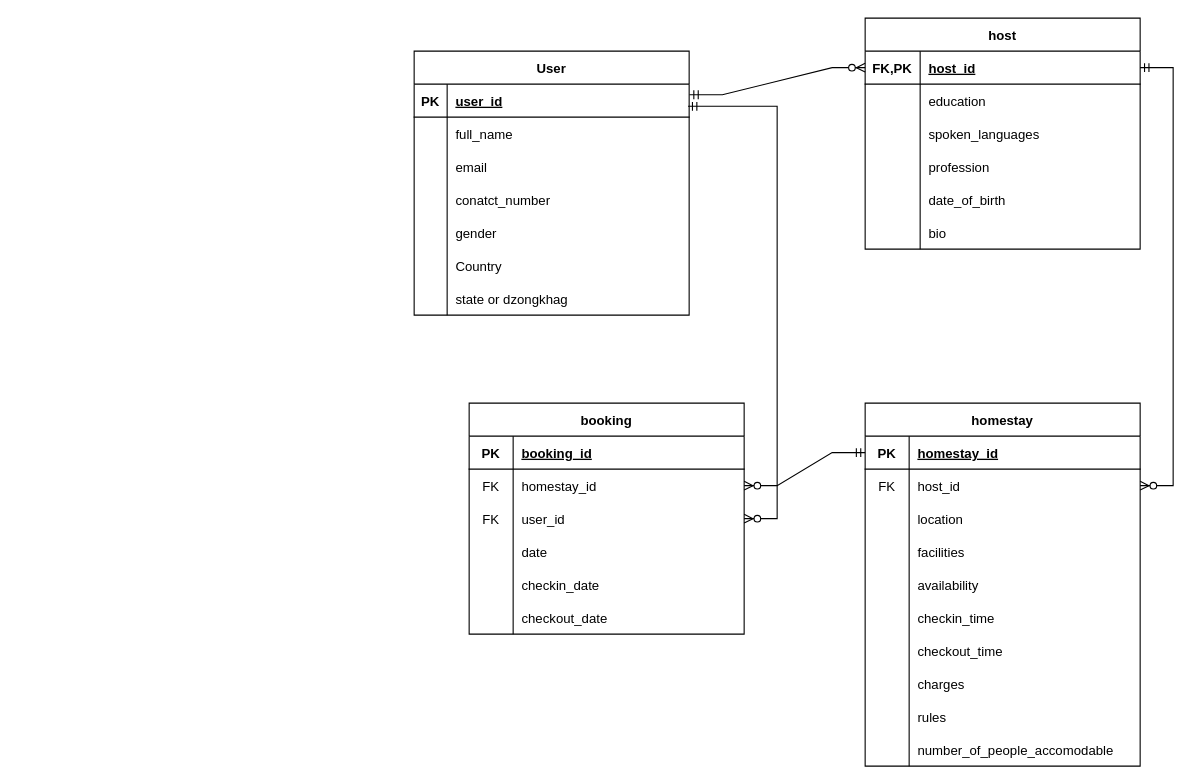
tenze21/homestay-booking-app- keeps this draw.io diagram as database/ERD.drawio. Above is the earlier version. Source tidied: cells renumbered, new cells numbered last; positions are measured from the earlier drawing's top-left corner, leaving out a move shared by most shapes. Both pictures are drawn from the tidied source at 110%, with x=0, y=0 at pixel (414, 18).
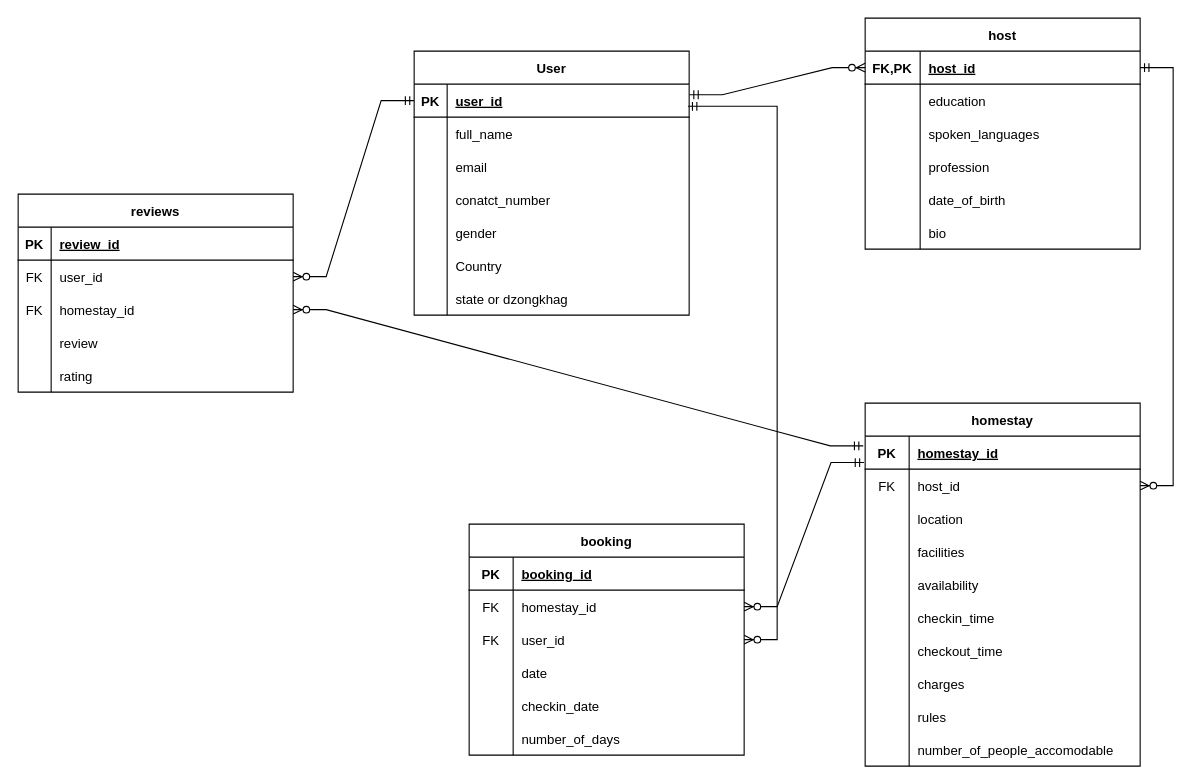
The same diagram, later.

Unchanged cells that the change refers to:
```xml
<mxCell id="3" style="shape=partialRectangle;fillColor=none;points=[[0,0.5],[1,0.5]];portConstraint=eastwest;top=0;left=0;right=0;bottom=1;" parent="2" vertex="1">
  <mxGeometry y="30" width="250" height="30" as="geometry" />
</mxCell>
<mxCell id="44" style="shape=partialRectangle;fillColor=none;points=[[0,0.5],[1,0.5]];portConstraint=eastwest;top=0;left=0;right=0;bottom=1;" parent="43" vertex="1">
  <mxGeometry y="30" width="250" height="30" as="geometry" />
</mxCell>
<mxCell id="78" style="shape=partialRectangle;fillColor=none;points=[[0,0.5],[1,0.5]];portConstraint=eastwest;top=0;left=0;right=0;bottom=0;" parent="74" vertex="1">
  <mxGeometry y="60" width="250" height="30" as="geometry" />
</mxCell>
<mxCell id="90" style="shape=partialRectangle;fillColor=none;top=0;left=0;right=0;bottom=0;" parent="74" vertex="1">
  <mxGeometry y="180" width="250" height="30" as="geometry" />
</mxCell>
```

Diff of the diagram source:
```diff
@@
     <mxCell id="74" value="booking" style="shape=table;startSize=30;childLayout=tableLayout;rowLines=0;fontStyle=1;align=center;" parent="1" vertex="1">
-      <mxGeometry x="50" y="350" width="250" height="210" as="geometry" />
+      <mxGeometry x="50" y="460" width="250" height="210" as="geometry" />
     </mxCell>
@@
-    <mxCell id="92" value="checkout_date" style="shape=partialRectangle;overflow=hidden;fillColor=none;top=0;left=0;bottom=0;right=0;align=left;spacingLeft=6;" parent="90" vertex="1">
+    <mxCell id="92" value="number_of_days" style="shape=partialRectangle;overflow=hidden;fillColor=none;top=0;left=0;bottom=0;right=0;align=left;spacingLeft=6;" parent="90" vertex="1">
       <mxGeometry x="40" width="210" height="30" as="geometry" />
     </mxCell>
@@
-    <mxCell id="95" style="edgeStyle=entityRelationEdgeStyle;fontSize=12;html=1;endArrow=ERzeroToMany;startArrow=ERmandOne;rounded=0;exitX=0;exitY=0.5;exitDx=0;exitDy=0;entryX=1;entryY=0.5;entryDx=0;entryDy=0;" parent="1" edge="1" source="44" target="78">
+    <mxCell id="95" style="edgeStyle=entityRelationEdgeStyle;fontSize=12;html=1;endArrow=ERzeroToMany;startArrow=ERmandOne;rounded=0;exitX=-0.004;exitY=0.8;exitDx=0;exitDy=0;entryX=1;entryY=0.5;entryDx=0;entryDy=0;exitPerimeter=0;" parent="1" edge="1" source="44" target="78">
       <mxGeometry relative="1" as="geometry" />
     </mxCell>
@@
+    <mxCell id="97" value="reviews" style="shape=table;startSize=30;childLayout=tableLayout;rowLines=0;fontStyle=1;align=center;" parent="1" vertex="1">
+      <mxGeometry x="-360" y="160" width="250" height="180" as="geometry" />
+    </mxCell>
+    <mxCell id="98" style="shape=partialRectangle;fillColor=none;top=0;left=0;right=0;bottom=1;" parent="97" vertex="1">
+      <mxGeometry y="30" width="250" height="30" as="geometry" />
+    </mxCell>
+    <mxCell id="99" value="PK" style="shape=partialRectangle;overflow=hidden;fillColor=none;top=0;left=0;bottom=0;right=0;fontStyle=1;" parent="98" vertex="1">
+      <mxGeometry width="30" height="30" as="geometry" />
+    </mxCell>
+    <mxCell id="100" value="review_id" style="shape=partialRectangle;overflow=hidden;fillColor=none;top=0;left=0;bottom=0;right=0;align=left;spacingLeft=6;fontStyle=5;" parent="98" vertex="1">
+      <mxGeometry x="30" width="220" height="30" as="geometry" />
+    </mxCell>
+    <mxCell id="101" style="shape=partialRectangle;fillColor=none;points=[[0,0.5],[1,0.5]];portConstraint=eastwest;top=0;left=0;right=0;bottom=0;" parent="97" vertex="1">
+      <mxGeometry y="60" width="250" height="30" as="geometry" />
+    </mxCell>
+    <mxCell id="102" value="FK" style="shape=partialRectangle;overflow=hidden;fillColor=none;top=0;left=0;bottom=0;right=0;" parent="101" vertex="1">
+      <mxGeometry width="30" height="30" as="geometry" />
+    </mxCell>
+    <mxCell id="103" value="user_id" style="shape=partialRectangle;overflow=hidden;fillColor=none;top=0;left=0;bottom=0;right=0;align=left;spacingLeft=6;" parent="101" vertex="1">
+      <mxGeometry x="30" width="220" height="30" as="geometry" />
+    </mxCell>
+    <mxCell id="104" style="shape=partialRectangle;fillColor=none;points=[[0,0.5],[1,0.5]];portConstraint=eastwest;top=0;left=0;right=0;bottom=0;" parent="97" vertex="1">
+      <mxGeometry y="90" width="250" height="30" as="geometry" />
+    </mxCell>
+    <mxCell id="105" value="FK" style="shape=partialRectangle;overflow=hidden;fillColor=none;top=0;left=0;bottom=0;right=0;" parent="104" vertex="1">
+      <mxGeometry width="30" height="30" as="geometry" />
+    </mxCell>
+    <mxCell id="106" value="homestay_id" style="shape=partialRectangle;overflow=hidden;fillColor=none;top=0;left=0;bottom=0;right=0;align=left;spacingLeft=6;" parent="104" vertex="1">
+      <mxGeometry x="30" width="220" height="30" as="geometry" />
+    </mxCell>
+    <mxCell id="107" style="shape=partialRectangle;fillColor=none;top=0;left=0;right=0;bottom=0;" parent="97" vertex="1">
+      <mxGeometry y="120" width="250" height="30" as="geometry" />
+    </mxCell>
+    <mxCell id="108" style="shape=partialRectangle;overflow=hidden;fillColor=none;top=0;left=0;bottom=0;right=0;" parent="107" vertex="1">
+      <mxGeometry width="30" height="30" as="geometry" />
+    </mxCell>
+    <mxCell id="109" value="review" style="shape=partialRectangle;overflow=hidden;fillColor=none;top=0;left=0;bottom=0;right=0;align=left;spacingLeft=6;" parent="107" vertex="1">
+      <mxGeometry x="30" width="220" height="30" as="geometry" />
+    </mxCell>
+    <mxCell id="110" style="shape=partialRectangle;fillColor=none;top=0;left=0;right=0;bottom=0;" parent="97" vertex="1">
+      <mxGeometry y="150" width="250" height="30" as="geometry" />
+    </mxCell>
+    <mxCell id="111" style="shape=partialRectangle;overflow=hidden;fillColor=none;top=0;left=0;bottom=0;right=0;" parent="110" vertex="1">
+      <mxGeometry width="30" height="30" as="geometry" />
+    </mxCell>
+    <mxCell id="112" value="rating" style="shape=partialRectangle;overflow=hidden;fillColor=none;top=0;left=0;bottom=0;right=0;align=left;spacingLeft=6;" parent="110" vertex="1">
+      <mxGeometry x="30" width="220" height="30" as="geometry" />
+    </mxCell>
+    <mxCell id="113" style="edgeStyle=entityRelationEdgeStyle;fontSize=12;html=1;endArrow=ERzeroToMany;startArrow=ERmandOne;rounded=0;exitX=0;exitY=0.5;exitDx=0;exitDy=0;entryX=1;entryY=0.5;entryDx=0;entryDy=0;" parent="1" edge="1" source="3" target="101">
+      <mxGeometry relative="1" as="geometry" />
+    </mxCell>
+    <mxCell id="114" style="edgeStyle=entityRelationEdgeStyle;fontSize=12;html=1;endArrow=ERzeroToMany;startArrow=ERmandOne;rounded=0;exitX=-0.007;exitY=0.295;exitDx=0;exitDy=0;exitPerimeter=0;entryX=1;entryY=0.5;entryDx=0;entryDy=0;" parent="1" edge="1" source="44" target="104">
+      <mxGeometry relative="1" as="geometry" />
+    </mxCell>
```
